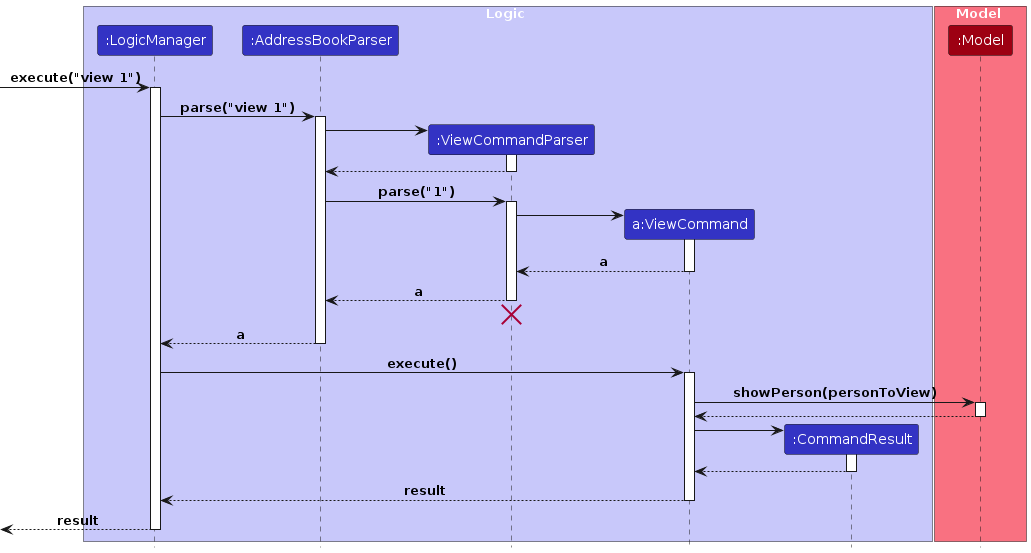
This is diagrams/ViewSequenceDiagram-Logic.png from lokidoki102/tp, a PlantUML export, as it was before one commit. Its source is kept beside it as diagrams/ViewSequenceDiagram-Logic.puml.
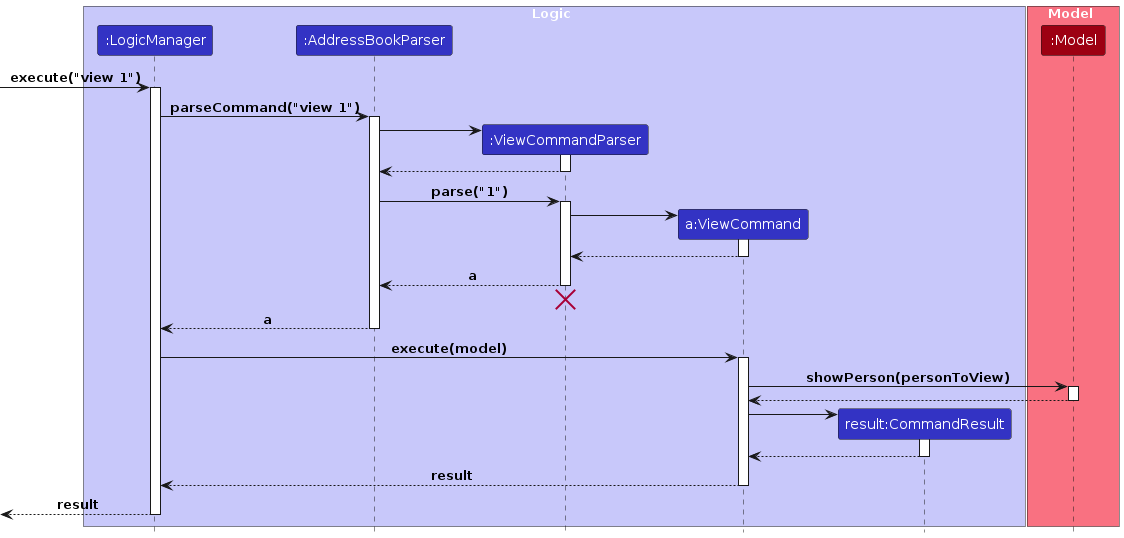
After the commit.

Change to the diagram source:
```diff
@@ -6,7 +6,7 @@
 participant ":AddressBookParser" as AddressBookParser LOGIC_COLOR
 participant ":ViewCommandParser" as ViewCommandParser LOGIC_COLOR
 participant "a:ViewCommand" as ViewCommand LOGIC_COLOR
-participant ":CommandResult" as CommandResult LOGIC_COLOR
+participant "result:CommandResult" as CommandResult LOGIC_COLOR
 end box
 
 box Model MODEL_COLOR_T1
@@ -16,7 +16,7 @@
 [-> LogicManager : execute("view 1")
 activate LogicManager
 
-LogicManager -> AddressBookParser : parse("view 1")
+LogicManager -> AddressBookParser : parseCommand("view 1")
 activate AddressBookParser
 
 create ViewCommandParser
@@ -33,7 +33,7 @@
 ViewCommandParser -> ViewCommand
 activate ViewCommand
 
-ViewCommand --> ViewCommandParser : a
+ViewCommand --> ViewCommandParser
 deactivate ViewCommand
 
 ViewCommandParser --> AddressBookParser: a
@@ -45,7 +45,7 @@
 AddressBookParser --> LogicManager : a
 deactivate AddressBookParser
 
-LogicManager -> ViewCommand : execute()
+LogicManager -> ViewCommand : execute(model)
 activate ViewCommand
 
 ViewCommand -> Model : showPerson(personToView)
```
